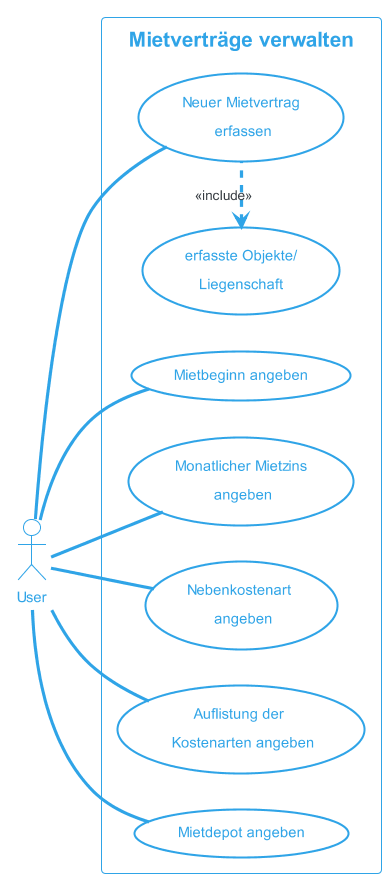
Earlier version of the PlantUML export docs/content/diagrams/out/usecase/mietverträgeVerwalten/MietverträgeVerwalten.png (sirtheta/ImmoGlobal_Semesterarbeit).
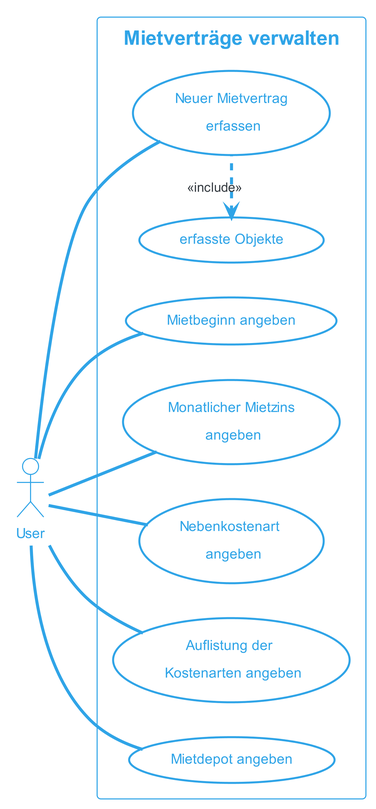
After the commit.

Diff of the diagram source:
```diff
@@ -1,12 +1,12 @@
 @startuml MietverträgeVerwalten
 !theme cerulean-outline
-
+skinparam dpi 300
 left to right direction
 actor "User" as fc
 rectangle "Mietverträge verwalten" {
   usecase "Mietbeginn angeben" as UC1
   usecase "Neuer Mietvertrag\n erfassen" as UC2
-  usecase "erfasste Objekte/\nLiegenschaft" as inc1
+  usecase "erfasste Objekte" as inc1
   usecase "Monatlicher Mietzins\n angeben" as UC3
   usecase "Nebenkostenart \n angeben" as UC4
   usecase "Auflistung der \n Kostenarten angeben" as UC5
```
